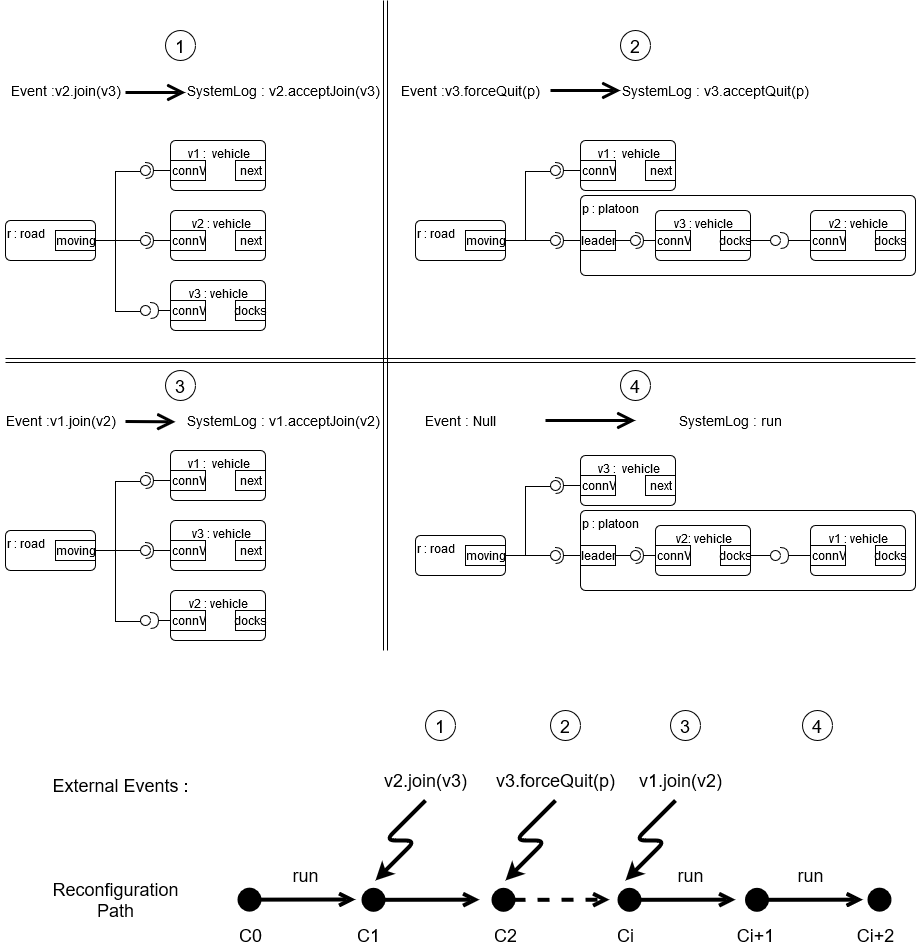
This is cheminconfig.png from jpgros/site-web, a draw.io export, as it was before one commit. Source tidied: cells renumbered, new cells last; positions are measured from the earlier drawing's top-left corner, leaving out a move shared by most shapes.
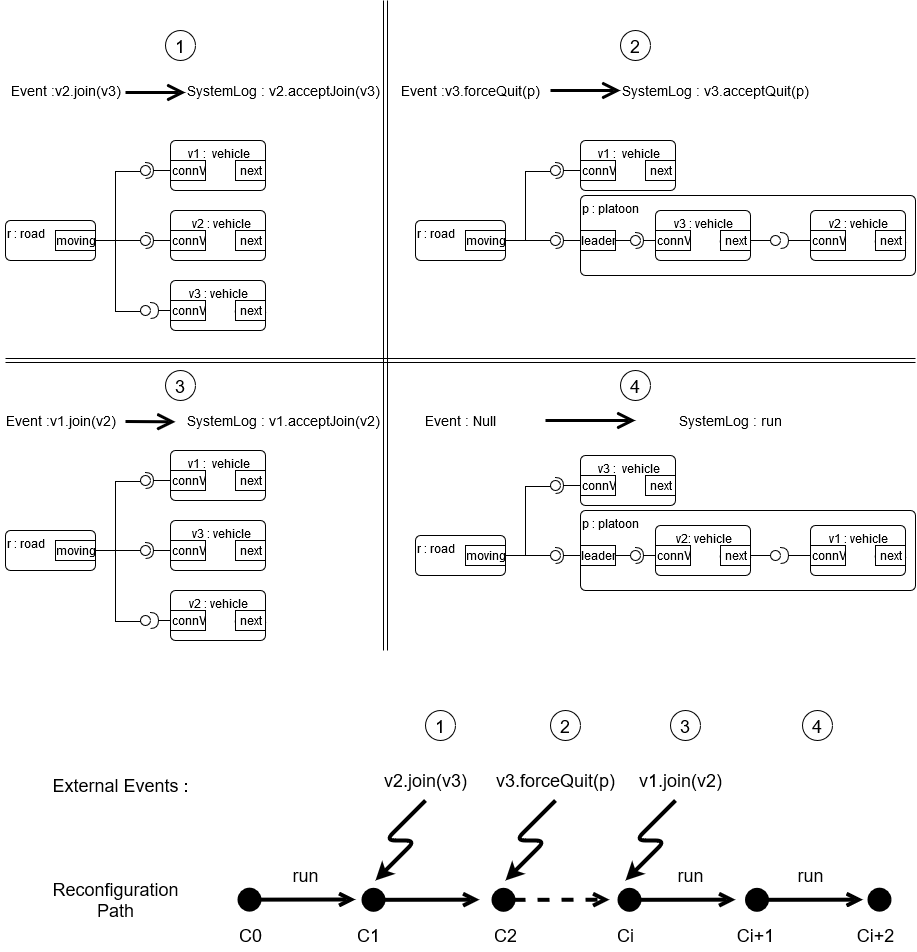
The same diagram one commit later.

Change to the diagram source:
```diff
@@ -561,5 +561,23 @@
     <mxCell id="147" value="moving" style="html=1;" parent="1" vertex="1">
       <mxGeometry x="465" y="230" width="40" height="20" as="geometry" />
     </mxCell>
+    <mxCell id="148" value="next" style="html=1;" parent="1" vertex="1">
+      <mxGeometry x="235" y="610" width="30" height="20" as="geometry" />
+    </mxCell>
+    <mxCell id="149" value="next" style="html=1;" parent="1" vertex="1">
+      <mxGeometry x="720" y="545" width="30" height="20" as="geometry" />
+    </mxCell>
+    <mxCell id="150" value="next" style="html=1;" parent="1" vertex="1">
+      <mxGeometry x="875" y="545" width="30" height="20" as="geometry" />
+    </mxCell>
+    <mxCell id="151" value="next" style="html=1;" parent="1" vertex="1">
+      <mxGeometry x="235" y="300" width="30" height="20" as="geometry" />
+    </mxCell>
+    <mxCell id="152" value="next" style="html=1;" parent="1" vertex="1">
+      <mxGeometry x="720" y="230" width="30" height="20" as="geometry" />
+    </mxCell>
+    <mxCell id="153" value="next" style="html=1;" parent="1" vertex="1">
+      <mxGeometry x="875" y="230" width="30" height="20" as="geometry" />
+    </mxCell>
   </root>
 </mxGraphModel>
```
